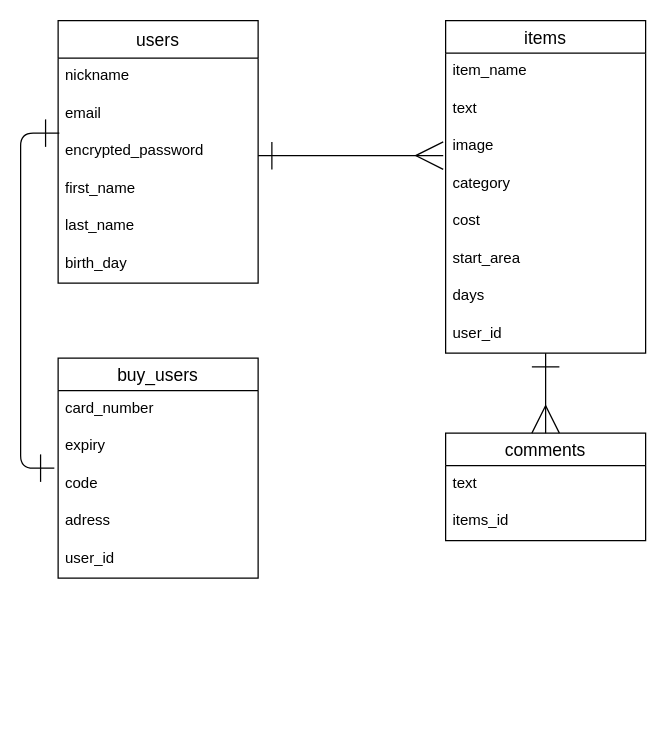
Above: furima_er.dio in yohei-ota/furima-36556 (draw.io), before the change. Source tidied: cells renumbered, new cells numbered last; positions are measured from the earlier drawing's top-left corner, leaving out a move shared by most shapes. Both pictures are drawn from the tidied source at 125%, with x=0, y=0 at pixel (20, 20).
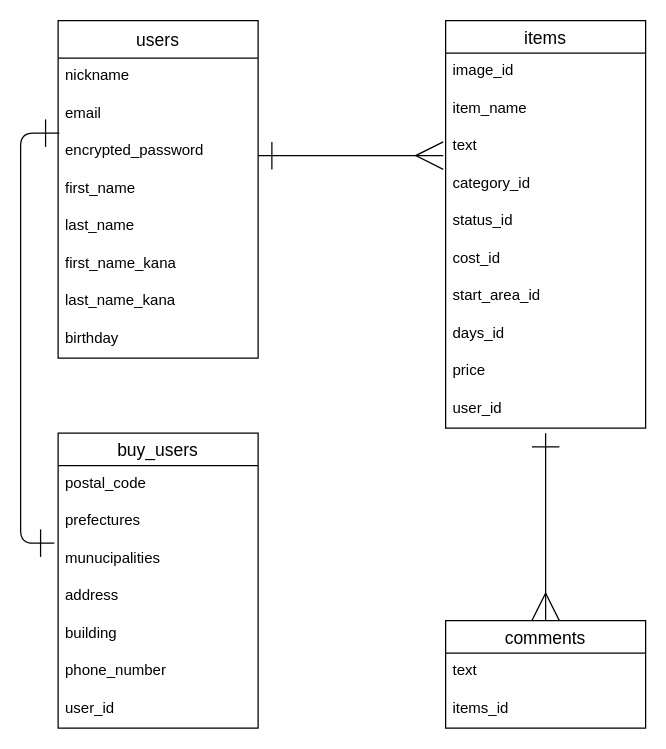
The same page after the edit.

Commit message (it also covers changes not shown here):
READMEとER図を修正

The change refers to these unchanged cells:
```xml
<mxCell id="4" value="email" style="text;strokeColor=none;fillColor=none;spacingLeft=4;spacingRight=4;overflow=hidden;points=[[0,0.5],[1,0.5]];portConstraint=eastwest;fontSize=12;" parent="2" vertex="1">
  <mxGeometry y="60" width="160" height="30" as="geometry" />
</mxCell>
```

The edit, as a diff of the source:
```diff
@@
     <mxCell id="2" value="users" style="swimlane;fontStyle=0;horizontal=1;startSize=30;align=center;fontSize=14;" parent="1" vertex="1">
-      <mxGeometry x="30" width="160" height="210" as="geometry" />
+      <mxGeometry x="30" width="160" height="270" as="geometry" />
     </mxCell>
@@
-    <mxCell id="8" value="birth_day" style="text;strokeColor=none;fillColor=none;spacingLeft=4;spacingRight=4;overflow=hidden;fontSize=12;" parent="2" vertex="1">
+    <mxCell id="8" value="first_name_kana" style="text;strokeColor=none;fillColor=none;spacingLeft=4;spacingRight=4;overflow=hidden;fontSize=12;" parent="2" vertex="1">
       <mxGeometry y="180" width="160" height="30" as="geometry" />
     </mxCell>
+    <mxCell id="30" value="last_name_kana" style="text;strokeColor=none;fillColor=none;spacingLeft=4;spacingRight=4;overflow=hidden;fontSize=12;" parent="2" vertex="1">
+      <mxGeometry y="210" width="160" height="30" as="geometry" />
+    </mxCell>
+    <mxCell id="31" value="birthday" style="text;strokeColor=none;fillColor=none;spacingLeft=4;spacingRight=4;overflow=hidden;fontSize=12;" parent="2" vertex="1">
+      <mxGeometry y="240" width="160" height="30" as="geometry" />
+    </mxCell>
     <mxCell id="9" value="items" style="swimlane;fontStyle=0;horizontal=1;startSize=26;align=center;fontSize=14;" parent="1" vertex="1">
-      <mxGeometry x="340" width="160" height="266" as="geometry" />
+      <mxGeometry x="340" width="160" height="326" as="geometry" />
     </mxCell>
-    <mxCell id="10" value="item_name" style="text;strokeColor=none;fillColor=none;spacingLeft=4;spacingRight=4;overflow=hidden;fontSize=12;" parent="9" vertex="1">
+    <mxCell id="10" value="image_id" style="text;strokeColor=none;fillColor=none;spacingLeft=4;spacingRight=4;overflow=hidden;fontSize=12;" parent="9" vertex="1">
       <mxGeometry y="26" width="160" height="30" as="geometry" />
     </mxCell>
-    <mxCell id="11" value="text" style="text;strokeColor=none;fillColor=none;spacingLeft=4;spacingRight=4;overflow=hidden;fontSize=12;" parent="9" vertex="1">
+    <mxCell id="11" value="item_name" style="text;strokeColor=none;fillColor=none;spacingLeft=4;spacingRight=4;overflow=hidden;fontSize=12;" parent="9" vertex="1">
       <mxGeometry y="56" width="160" height="30" as="geometry" />
     </mxCell>
-    <mxCell id="12" value="image" style="text;strokeColor=none;fillColor=none;spacingLeft=4;spacingRight=4;overflow=hidden;points=[[0,0.5],[1,0.5]];portConstraint=eastwest;fontSize=12;" parent="9" vertex="1">
+    <mxCell id="12" value="text" style="text;strokeColor=none;fillColor=none;spacingLeft=4;spacingRight=4;overflow=hidden;points=[[0,0.5],[1,0.5]];portConstraint=eastwest;fontSize=12;" parent="9" vertex="1">
       <mxGeometry y="86" width="160" height="30" as="geometry" />
     </mxCell>
-    <mxCell id="13" value="category" style="text;strokeColor=none;fillColor=none;spacingLeft=4;spacingRight=4;overflow=hidden;fontSize=12;" parent="9" vertex="1">
+    <mxCell id="13" value="category_id" style="text;strokeColor=none;fillColor=none;spacingLeft=4;spacingRight=4;overflow=hidden;fontSize=12;" parent="9" vertex="1">
       <mxGeometry y="116" width="160" height="30" as="geometry" />
     </mxCell>
-    <mxCell id="14" value="cost" style="text;strokeColor=none;fillColor=none;spacingLeft=4;spacingRight=4;overflow=hidden;fontSize=12;" parent="9" vertex="1">
+    <mxCell id="14" value="status_id" style="text;strokeColor=none;fillColor=none;spacingLeft=4;spacingRight=4;overflow=hidden;fontSize=12;" parent="9" vertex="1">
       <mxGeometry y="146" width="160" height="30" as="geometry" />
     </mxCell>
-    <mxCell id="15" value="start_area" style="text;strokeColor=none;fillColor=none;spacingLeft=4;spacingRight=4;overflow=hidden;fontSize=12;" parent="9" vertex="1">
+    <mxCell id="15" value="cost_id" style="text;strokeColor=none;fillColor=none;spacingLeft=4;spacingRight=4;overflow=hidden;fontSize=12;" parent="9" vertex="1">
       <mxGeometry y="176" width="160" height="30" as="geometry" />
     </mxCell>
-    <mxCell id="16" value="days" style="text;strokeColor=none;fillColor=none;spacingLeft=4;spacingRight=4;overflow=hidden;fontSize=12;" parent="9" vertex="1">
+    <mxCell id="16" value="start_area_id" style="text;strokeColor=none;fillColor=none;spacingLeft=4;spacingRight=4;overflow=hidden;fontSize=12;" parent="9" vertex="1">
       <mxGeometry y="206" width="160" height="30" as="geometry" />
     </mxCell>
-    <mxCell id="17" value="user_id" style="text;strokeColor=none;fillColor=none;spacingLeft=4;spacingRight=4;overflow=hidden;points=[[0,0.5],[1,0.5]];portConstraint=eastwest;fontSize=12;" parent="9" vertex="1">
+    <mxCell id="17" value="days_id" style="text;strokeColor=none;fillColor=none;spacingLeft=4;spacingRight=4;overflow=hidden;points=[[0,0.5],[1,0.5]];portConstraint=eastwest;fontSize=12;" parent="9" vertex="1">
       <mxGeometry y="236" width="160" height="30" as="geometry" />
     </mxCell>
+    <mxCell id="32" value="price" style="text;strokeColor=none;fillColor=none;spacingLeft=4;spacingRight=4;overflow=hidden;fontSize=12;" parent="9" vertex="1">
+      <mxGeometry y="266" width="160" height="30" as="geometry" />
+    </mxCell>
+    <mxCell id="33" value="user_id" style="text;strokeColor=none;fillColor=none;spacingLeft=4;spacingRight=4;overflow=hidden;fontSize=12;" parent="9" vertex="1">
+      <mxGeometry y="296" width="160" height="30" as="geometry" />
+    </mxCell>
     <mxCell id="18" value="buy_users" style="swimlane;fontStyle=0;horizontal=1;startSize=26;align=center;fontSize=14;" parent="1" vertex="1">
-      <mxGeometry x="30" y="270" width="160" height="176" as="geometry" />
+      <mxGeometry x="30" y="330" width="160" height="236" as="geometry" />
     </mxCell>
-    <mxCell id="19" value="card_number" style="text;strokeColor=none;fillColor=none;spacingLeft=4;spacingRight=4;overflow=hidden;fontSize=12;" parent="18" vertex="1">
+    <mxCell id="19" value="postal_code" style="text;strokeColor=none;fillColor=none;spacingLeft=4;spacingRight=4;overflow=hidden;fontSize=12;" parent="18" vertex="1">
       <mxGeometry y="26" width="160" height="30" as="geometry" />
     </mxCell>
-    <mxCell id="20" value="expiry" style="text;strokeColor=none;fillColor=none;spacingLeft=4;spacingRight=4;overflow=hidden;fontSize=12;" parent="18" vertex="1">
+    <mxCell id="20" value="prefectures" style="text;strokeColor=none;fillColor=none;spacingLeft=4;spacingRight=4;overflow=hidden;fontSize=12;" parent="18" vertex="1">
       <mxGeometry y="56" width="160" height="30" as="geometry" />
     </mxCell>
-    <mxCell id="21" value="code" style="text;strokeColor=none;fillColor=none;spacingLeft=4;spacingRight=4;overflow=hidden;points=[[0,0.5],[1,0.5]];portConstraint=eastwest;fontSize=12;" parent="18" vertex="1">
+    <mxCell id="21" value="munucipalities" style="text;strokeColor=none;fillColor=none;spacingLeft=4;spacingRight=4;overflow=hidden;points=[[0,0.5],[1,0.5]];portConstraint=eastwest;fontSize=12;" parent="18" vertex="1">
       <mxGeometry y="86" width="160" height="30" as="geometry" />
     </mxCell>
-    <mxCell id="22" value="adress" style="text;strokeColor=none;fillColor=none;spacingLeft=4;spacingRight=4;overflow=hidden;fontSize=12;" parent="18" vertex="1">
+    <mxCell id="22" value="address" style="text;strokeColor=none;fillColor=none;spacingLeft=4;spacingRight=4;overflow=hidden;fontSize=12;" parent="18" vertex="1">
       <mxGeometry y="116" width="160" height="30" as="geometry" />
     </mxCell>
-    <mxCell id="23" value="user_id" style="text;strokeColor=none;fillColor=none;spacingLeft=4;spacingRight=4;overflow=hidden;fontSize=12;" parent="18" vertex="1">
+    <mxCell id="23" value="building" style="text;strokeColor=none;fillColor=none;spacingLeft=4;spacingRight=4;overflow=hidden;fontSize=12;" parent="18" vertex="1">
       <mxGeometry y="146" width="160" height="30" as="geometry" />
     </mxCell>
+    <mxCell id="34" value="phone_number" style="text;strokeColor=none;fillColor=none;spacingLeft=4;spacingRight=4;overflow=hidden;fontSize=12;" parent="18" vertex="1">
+      <mxGeometry y="176" width="160" height="30" as="geometry" />
+    </mxCell>
+    <mxCell id="35" value="user_id" style="text;strokeColor=none;fillColor=none;spacingLeft=4;spacingRight=4;overflow=hidden;fontSize=12;" parent="18" vertex="1">
+      <mxGeometry y="206" width="160" height="30" as="geometry" />
+    </mxCell>
     <mxCell id="24" style="fontSize=12;html=1;endArrow=ERone;startArrow=ERone;exitX=0.006;exitY=1;exitDx=0;exitDy=0;exitPerimeter=0;edgeStyle=orthogonalEdgeStyle;endFill=0;startFill=0;entryX=-0.019;entryY=0.067;entryDx=0;entryDy=0;entryPerimeter=0;endSize=20;startSize=20;" parent="1" edge="1" source="4" target="21">
       <mxGeometry relative="1" as="geometry">
         <Array as="points">
           <mxPoint y="90" />
-          <mxPoint y="358" />
+          <mxPoint y="418" />
         </Array>
       </mxGeometry>
     </mxCell>
@@
     <mxCell id="26" value="comments" style="swimlane;fontStyle=0;horizontal=1;startSize=26;align=center;fontSize=14;" parent="1" vertex="1">
-      <mxGeometry x="340" y="330" width="160" height="86" as="geometry" />
+      <mxGeometry x="340" y="480" width="160" height="86" as="geometry" />
     </mxCell>
@@
-    <mxCell id="29" style="fontSize=12;html=1;endArrow=ERmany;endFill=0;entryX=0.5;entryY=0;entryDx=0;entryDy=0;startArrow=ERone;startFill=0;endSize=20;startSize=20;" parent="1" edge="1" source="17" target="26">
-      <mxGeometry relative="1" as="geometry" />
+    <mxCell id="29" style="fontSize=12;html=1;endArrow=ERmany;endFill=0;entryX=0.5;entryY=0;entryDx=0;entryDy=0;startArrow=ERone;startFill=0;endSize=20;startSize=20;" parent="1" edge="1" target="26">
+      <mxGeometry relative="1" as="geometry">
+        <mxPoint x="420" y="330" as="sourcePoint" />
+      </mxGeometry>
     </mxCell>
```
